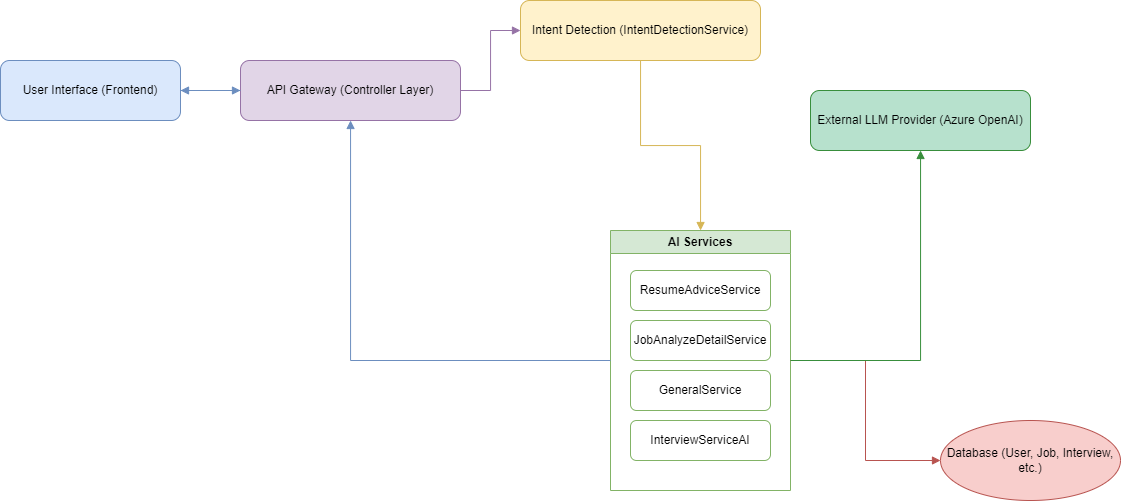
adrian120401/jobagentAI keeps this draw.io diagram as jobagent-ai-architecture.png. Above is the earlier version. Source tidied: cells renumbered, new cells last; positions are measured from the earlier drawing's top-left corner, leaving out a move shared by most shapes. Its diagram source:
```xml
<mxGraphModel>
  <root>
    <mxCell id="0" />
    <mxCell id="1" parent="0" />
    <mxCell id="2" value="User Interface (Frontend)" style="rounded=1;whiteSpace=wrap;html=1;fillColor=#dae8fc;strokeColor=#6c8ebf;" parent="1" vertex="1">
      <mxGeometry y="60" width="180" height="60" as="geometry" />
    </mxCell>
    <mxCell id="3" value="API Gateway (Controller Layer)" style="rounded=1;whiteSpace=wrap;html=1;fillColor=#e1d5e7;strokeColor=#9673a6;" parent="1" vertex="1">
      <mxGeometry x="240" y="60" width="220" height="60" as="geometry" />
    </mxCell>
    <mxCell id="4" value="Intent Detection (IntentDetectionService)" style="rounded=1;whiteSpace=wrap;html=1;fillColor=#fff2cc;strokeColor=#d6b656;" parent="1" vertex="1">
      <mxGeometry x="520" width="240" height="60" as="geometry" />
    </mxCell>
    <mxCell id="5" value="AI Services" style="swimlane;whiteSpace=wrap;html=1;fillColor=#d5e8d4;strokeColor=#82b366;" parent="1" vertex="1">
      <mxGeometry x="610" y="230" width="180" height="260" as="geometry" />
    </mxCell>
    <mxCell id="6" value="ResumeAdviceService" style="rounded=1;whiteSpace=wrap;html=1;fillColor=#ffffff;strokeColor=#82b366;" parent="5" vertex="1">
      <mxGeometry x="20" y="40" width="140" height="40" as="geometry" />
    </mxCell>
    <mxCell id="7" value="JobAnalyzeDetailService" style="rounded=1;whiteSpace=wrap;html=1;fillColor=#ffffff;strokeColor=#82b366;" parent="5" vertex="1">
      <mxGeometry x="20" y="90" width="140" height="40" as="geometry" />
    </mxCell>
    <mxCell id="8" value="GeneralService" style="rounded=1;whiteSpace=wrap;html=1;fillColor=#ffffff;strokeColor=#82b366;" parent="5" vertex="1">
      <mxGeometry x="20" y="140" width="140" height="40" as="geometry" />
    </mxCell>
    <mxCell id="9" value="InterviewServiceAI" style="rounded=1;whiteSpace=wrap;html=1;fillColor=#ffffff;strokeColor=#82b366;" parent="5" vertex="1">
      <mxGeometry x="20" y="190" width="140" height="40" as="geometry" />
    </mxCell>
    <mxCell id="10" value="Database (User, Job, Interview, etc.)" style="ellipse;whiteSpace=wrap;html=1;fillColor=#f8cecc;strokeColor=#b85450;" parent="1" vertex="1">
      <mxGeometry x="940" y="420" width="180" height="80" as="geometry" />
    </mxCell>
    <mxCell id="11" value="External LLM Provider (Azure OpenAI)" style="rounded=1;whiteSpace=wrap;html=1;fillColor=#b7e1cd;strokeColor=#388e3c;" parent="1" vertex="1">
      <mxGeometry x="810" y="90" width="220" height="60" as="geometry" />
    </mxCell>
    <mxCell id="12" style="edgeStyle=orthogonalEdgeStyle;rounded=0;jettySize=auto;html=1;endArrow=block;endFill=1;strokeColor=#6c8ebf;" parent="1" edge="1" source="2" target="3">
      <mxGeometry relative="1" as="geometry" />
    </mxCell>
    <mxCell id="13" style="edgeStyle=orthogonalEdgeStyle;rounded=0;jettySize=auto;html=1;endArrow=block;endFill=1;strokeColor=#9673a6;" parent="1" edge="1" source="3" target="4">
      <mxGeometry relative="1" as="geometry" />
    </mxCell>
    <mxCell id="14" style="edgeStyle=orthogonalEdgeStyle;rounded=0;jettySize=auto;html=1;endArrow=block;endFill=1;strokeColor=#d6b656;" parent="1" edge="1" source="4" target="5">
      <mxGeometry relative="1" as="geometry" />
    </mxCell>
    <mxCell id="15" style="edgeStyle=orthogonalEdgeStyle;rounded=0;jettySize=auto;html=1;endArrow=block;endFill=1;strokeColor=#b85450;" parent="1" edge="1" source="5" target="10">
      <mxGeometry relative="1" as="geometry" />
    </mxCell>
    <mxCell id="16" style="edgeStyle=orthogonalEdgeStyle;rounded=0;jettySize=auto;html=1;endArrow=block;endFill=1;strokeColor=#388e3c;" parent="1" edge="1" source="5" target="11">
      <mxGeometry relative="1" as="geometry" />
    </mxCell>
    <mxCell id="17" style="edgeStyle=orthogonalEdgeStyle;rounded=0;jettySize=auto;html=1;endArrow=block;endFill=1;strokeColor=#6c8ebf;" parent="1" edge="1" source="5" target="3">
      <mxGeometry relative="1" as="geometry" />
    </mxCell>
    <mxCell id="18" style="edgeStyle=orthogonalEdgeStyle;rounded=0;jettySize=auto;html=1;endArrow=block;endFill=1;strokeColor=#6c8ebf;dashed=1;" parent="1" edge="1" source="3" target="2">
      <mxGeometry relative="1" as="geometry" />
    </mxCell>
  </root>
</mxGraphModel>
```
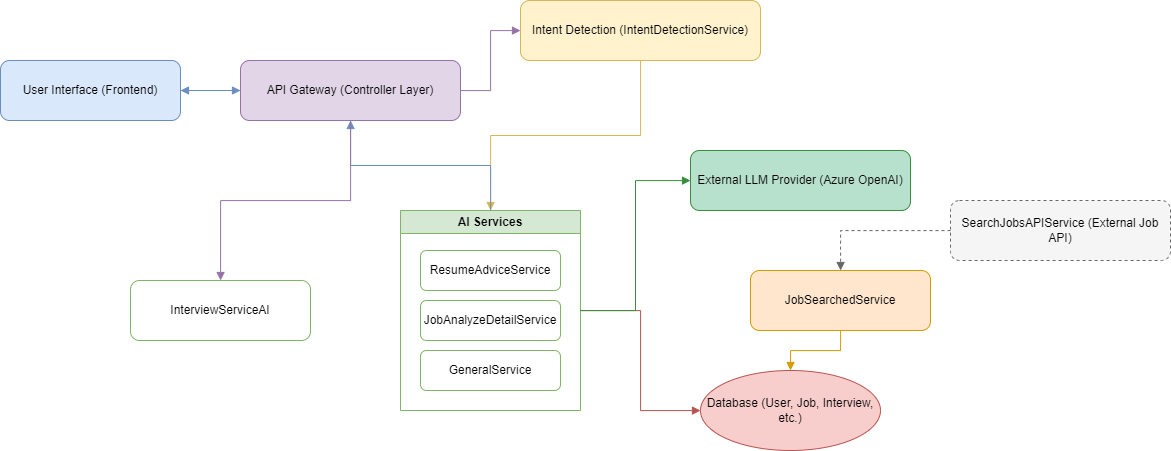
After the change.

Commit message:
fix: arch draw

What changed in the source:
```diff
@@ -12,7 +12,7 @@
       <mxGeometry x="520" width="240" height="60" as="geometry" />
     </mxCell>
     <mxCell id="5" value="AI Services" style="swimlane;whiteSpace=wrap;html=1;fillColor=#d5e8d4;strokeColor=#82b366;" parent="1" vertex="1">
-      <mxGeometry x="610" y="230" width="180" height="260" as="geometry" />
+      <mxGeometry x="400" y="210" width="180" height="200" as="geometry" />
     </mxCell>
     <mxCell id="6" value="ResumeAdviceService" style="rounded=1;whiteSpace=wrap;html=1;fillColor=#ffffff;strokeColor=#82b366;" parent="5" vertex="1">
       <mxGeometry x="20" y="40" width="140" height="40" as="geometry" />
@@ -23,14 +23,20 @@
     <mxCell id="8" value="GeneralService" style="rounded=1;whiteSpace=wrap;html=1;fillColor=#ffffff;strokeColor=#82b366;" parent="5" vertex="1">
       <mxGeometry x="20" y="140" width="140" height="40" as="geometry" />
     </mxCell>
-    <mxCell id="9" value="InterviewServiceAI" style="rounded=1;whiteSpace=wrap;html=1;fillColor=#ffffff;strokeColor=#82b366;" parent="5" vertex="1">
-      <mxGeometry x="20" y="190" width="140" height="40" as="geometry" />
+    <mxCell id="9" value="InterviewServiceAI" style="rounded=1;whiteSpace=wrap;html=1;fillColor=#ffffff;strokeColor=#82b366;" parent="1" vertex="1">
+      <mxGeometry x="130" y="280" width="180" height="60" as="geometry" />
     </mxCell>
+    <mxCell id="19" value="JobSearchedService" style="rounded=1;whiteSpace=wrap;html=1;fillColor=#ffe6cc;strokeColor=#d79b00;" parent="1" vertex="1">
+      <mxGeometry x="750" y="270" width="180" height="60" as="geometry" />
+    </mxCell>
+    <mxCell id="20" value="SearchJobsAPIService (External Job API)" style="rounded=1;whiteSpace=wrap;html=1;fillColor=#f5f5f5;strokeColor=#666666;dashed=1;" parent="1" vertex="1">
+      <mxGeometry x="950" y="200" width="220" height="60" as="geometry" />
+    </mxCell>
     <mxCell id="10" value="Database (User, Job, Interview, etc.)" style="ellipse;whiteSpace=wrap;html=1;fillColor=#f8cecc;strokeColor=#b85450;" parent="1" vertex="1">
-      <mxGeometry x="940" y="420" width="180" height="80" as="geometry" />
+      <mxGeometry x="700" y="370" width="180" height="80" as="geometry" />
     </mxCell>
     <mxCell id="11" value="External LLM Provider (Azure OpenAI)" style="rounded=1;whiteSpace=wrap;html=1;fillColor=#b7e1cd;strokeColor=#388e3c;" parent="1" vertex="1">
-      <mxGeometry x="810" y="90" width="220" height="60" as="geometry" />
+      <mxGeometry x="690" y="150" width="220" height="60" as="geometry" />
     </mxCell>
     <mxCell id="12" style="edgeStyle=orthogonalEdgeStyle;rounded=0;jettySize=auto;html=1;endArrow=block;endFill=1;strokeColor=#6c8ebf;" parent="1" edge="1" source="2" target="3">
       <mxGeometry relative="1" as="geometry" />
@@ -53,5 +59,14 @@
     <mxCell id="18" style="edgeStyle=orthogonalEdgeStyle;rounded=0;jettySize=auto;html=1;endArrow=block;endFill=1;strokeColor=#6c8ebf;dashed=1;" parent="1" edge="1" source="3" target="2">
       <mxGeometry relative="1" as="geometry" />
     </mxCell>
+    <mxCell id="21" style="edgeStyle=orthogonalEdgeStyle;rounded=0;jettySize=auto;html=1;endArrow=block;endFill=1;strokeColor=#9673a6;" parent="1" edge="1" source="3" target="9">
+      <mxGeometry relative="1" as="geometry" />
+    </mxCell>
+    <mxCell id="22" style="edgeStyle=orthogonalEdgeStyle;rounded=0;jettySize=auto;html=1;endArrow=block;endFill=1;strokeColor=#d79b00;" parent="1" edge="1" source="19" target="10">
+      <mxGeometry relative="1" as="geometry" />
+    </mxCell>
+    <mxCell id="23" style="edgeStyle=orthogonalEdgeStyle;rounded=0;jettySize=auto;html=1;endArrow=block;endFill=1;strokeColor=#666666;dashed=1;" parent="1" edge="1" source="20" target="19">
+      <mxGeometry relative="1" as="geometry" />
+    </mxCell>
   </root>
 </mxGraphModel>
```
